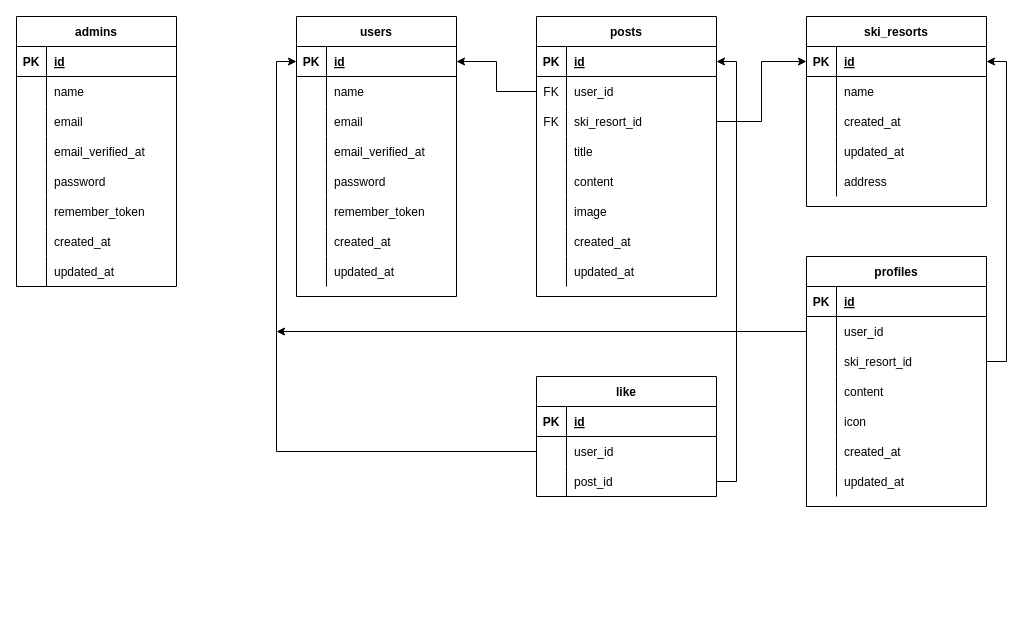
Before: yukiniwa_db.drawio in golpin/yukiniwa, a draw.io diagram. Source tidied: cells renumbered, new cells numbered last; positions are measured from the earlier drawing's top-left corner, leaving out a move shared by most shapes. Both pictures are drawn from the tidied source at 100%, with x=0, y=0 at pixel (16, 16).
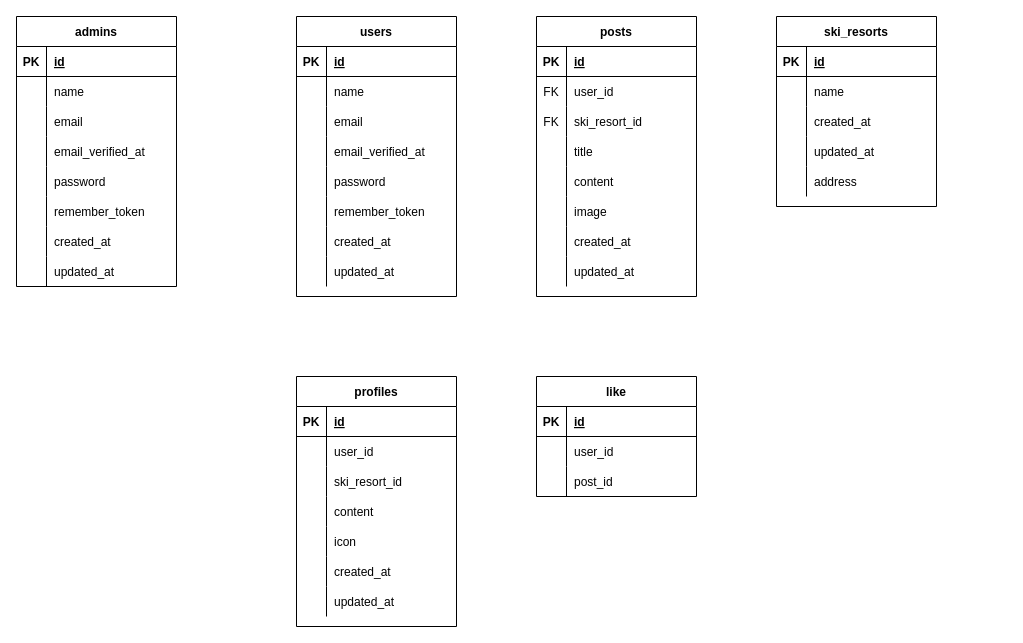
The same page after the edit.

Unchanged cells that the change refers to:
```xml
<mxCell id="3" style="shape=partialRectangle;fillColor=none;top=0;left=0;bottom=1;right=0;points=[[0,0.5],[1,0.5]];portConstraint=eastwest;" parent="2" vertex="1">
  <mxGeometry y="30" width="160" height="30" as="geometry" />
</mxCell>
```

The edit, as a diff of the source:
```diff
@@
     <mxCell id="52" value="posts" style="shape=table;startSize=30;childLayout=tableLayout;rowLines=0;fontStyle=1;align=center;rounded=0;sketch=0;" parent="1" vertex="1">
-      <mxGeometry x="520" width="180" height="280" as="geometry" />
+      <mxGeometry x="520" width="160" height="280" as="geometry" />
     </mxCell>
     <mxCell id="53" style="shape=partialRectangle;fillColor=none;top=0;left=0;bottom=1;right=0;points=[[0,0.5],[1,0.5]];portConstraint=eastwest;" parent="52" vertex="1">
-      <mxGeometry y="30" width="180" height="30" as="geometry" />
+      <mxGeometry y="30" width="160" height="30" as="geometry" />
     </mxCell>
@@
     <mxCell id="55" value="id" style="shape=partialRectangle;fillColor=none;top=0;left=0;bottom=0;right=0;align=left;spacingLeft=6;fontStyle=5;overflow=hidden;" parent="53" vertex="1">
-      <mxGeometry x="30" width="150" height="30" as="geometry" />
+      <mxGeometry x="30" width="130" height="30" as="geometry" />
     </mxCell>
     <mxCell id="56" style="shape=partialRectangle;fillColor=none;top=0;left=0;bottom=0;right=0;points=[[0,0.5],[1,0.5]];portConstraint=eastwest;" parent="52" vertex="1">
-      <mxGeometry y="60" width="180" height="30" as="geometry" />
+      <mxGeometry y="60" width="160" height="30" as="geometry" />
     </mxCell>
@@
     <mxCell id="58" value="user_id" style="shape=partialRectangle;fillColor=none;top=0;left=0;bottom=0;right=0;align=left;spacingLeft=6;overflow=hidden;" parent="56" vertex="1">
-      <mxGeometry x="30" width="150" height="30" as="geometry" />
+      <mxGeometry x="30" width="130" height="30" as="geometry" />
     </mxCell>
     <mxCell id="59" style="shape=partialRectangle;fillColor=none;top=0;left=0;bottom=0;right=0;points=[[0,0.5],[1,0.5]];portConstraint=eastwest;" parent="52" vertex="1">
-      <mxGeometry y="90" width="180" height="30" as="geometry" />
+      <mxGeometry y="90" width="160" height="30" as="geometry" />
     </mxCell>
@@
     <mxCell id="61" value="ski_resort_id" style="shape=partialRectangle;fillColor=none;top=0;left=0;bottom=0;right=0;align=left;spacingLeft=6;overflow=hidden;" parent="59" vertex="1">
-      <mxGeometry x="30" width="150" height="30" as="geometry" />
+      <mxGeometry x="30" width="130" height="30" as="geometry" />
     </mxCell>
     <mxCell id="62" style="shape=partialRectangle;fillColor=none;top=0;left=0;bottom=0;right=0;" parent="52" vertex="1">
-      <mxGeometry y="120" width="180" height="30" as="geometry" />
+      <mxGeometry y="120" width="160" height="30" as="geometry" />
     </mxCell>
@@
     <mxCell id="64" value="title" style="shape=partialRectangle;fillColor=none;top=0;left=0;bottom=0;right=0;align=left;spacingLeft=6;overflow=hidden;" parent="62" vertex="1">
-      <mxGeometry x="30" width="150" height="30" as="geometry" />
+      <mxGeometry x="30" width="130" height="30" as="geometry" />
     </mxCell>
     <mxCell id="65" style="shape=partialRectangle;fillColor=none;top=0;left=0;bottom=0;right=0;" parent="52" vertex="1">
-      <mxGeometry y="150" width="180" height="30" as="geometry" />
+      <mxGeometry y="150" width="160" height="30" as="geometry" />
     </mxCell>
@@
     <mxCell id="67" value="content" style="shape=partialRectangle;fillColor=none;top=0;left=0;bottom=0;right=0;align=left;spacingLeft=6;overflow=hidden;" parent="65" vertex="1">
-      <mxGeometry x="30" width="150" height="30" as="geometry" />
+      <mxGeometry x="30" width="130" height="30" as="geometry" />
     </mxCell>
     <mxCell id="68" style="shape=partialRectangle;fillColor=none;top=0;left=0;bottom=0;right=0;" parent="52" vertex="1">
-      <mxGeometry y="180" width="180" height="30" as="geometry" />
+      <mxGeometry y="180" width="160" height="30" as="geometry" />
     </mxCell>
@@
     <mxCell id="70" value="image" style="shape=partialRectangle;fillColor=none;top=0;left=0;bottom=0;right=0;align=left;spacingLeft=6;overflow=hidden;" parent="68" vertex="1">
-      <mxGeometry x="30" width="150" height="30" as="geometry" />
+      <mxGeometry x="30" width="130" height="30" as="geometry" />
     </mxCell>
     <mxCell id="71" style="shape=partialRectangle;fillColor=none;top=0;left=0;bottom=0;right=0;" parent="52" vertex="1">
-      <mxGeometry y="210" width="180" height="30" as="geometry" />
+      <mxGeometry y="210" width="160" height="30" as="geometry" />
     </mxCell>
@@
     <mxCell id="73" value="created_at" style="shape=partialRectangle;fillColor=none;top=0;left=0;bottom=0;right=0;align=left;spacingLeft=6;overflow=hidden;" parent="71" vertex="1">
-      <mxGeometry x="30" width="150" height="30" as="geometry" />
+      <mxGeometry x="30" width="130" height="30" as="geometry" />
     </mxCell>
     <mxCell id="74" style="shape=partialRectangle;fillColor=none;top=0;left=0;bottom=0;right=0;" parent="52" vertex="1">
-      <mxGeometry y="240" width="180" height="30" as="geometry" />
+      <mxGeometry y="240" width="160" height="30" as="geometry" />
     </mxCell>
@@
     <mxCell id="76" value="updated_at" style="shape=partialRectangle;fillColor=none;top=0;left=0;bottom=0;right=0;align=left;spacingLeft=6;overflow=hidden;" parent="74" vertex="1">
-      <mxGeometry x="30" width="150" height="30" as="geometry" />
+      <mxGeometry x="30" width="130" height="30" as="geometry" />
     </mxCell>
     <mxCell id="77" value="ski_resorts" style="shape=table;startSize=30;childLayout=tableLayout;rowLines=0;fontStyle=1;align=center;rounded=0;sketch=0;" parent="1" vertex="1">
-      <mxGeometry x="790" width="180" height="190" as="geometry" />
+      <mxGeometry x="760" width="160" height="190" as="geometry" />
     </mxCell>
     <mxCell id="78" style="shape=partialRectangle;fillColor=none;top=0;left=0;bottom=1;right=0;points=[[0,0.5],[1,0.5]];portConstraint=eastwest;" parent="77" vertex="1">
-      <mxGeometry y="30" width="180" height="30" as="geometry" />
+      <mxGeometry y="30" width="160" height="30" as="geometry" />
     </mxCell>
@@
     <mxCell id="80" value="id" style="shape=partialRectangle;fillColor=none;top=0;left=0;bottom=0;right=0;align=left;spacingLeft=6;fontStyle=5;overflow=hidden;" parent="78" vertex="1">
-      <mxGeometry x="30" width="150" height="30" as="geometry" />
+      <mxGeometry x="30" width="130" height="30" as="geometry" />
     </mxCell>
     <mxCell id="81" style="shape=partialRectangle;fillColor=none;top=0;left=0;bottom=0;right=0;" parent="77" vertex="1">
-      <mxGeometry y="60" width="180" height="30" as="geometry" />
+      <mxGeometry y="60" width="160" height="30" as="geometry" />
     </mxCell>
@@
     <mxCell id="83" value="name" style="shape=partialRectangle;fillColor=none;top=0;left=0;bottom=0;right=0;align=left;spacingLeft=6;overflow=hidden;" parent="81" vertex="1">
-      <mxGeometry x="30" width="150" height="30" as="geometry" />
+      <mxGeometry x="30" width="130" height="30" as="geometry" />
     </mxCell>
     <mxCell id="84" style="shape=partialRectangle;fillColor=none;top=0;left=0;bottom=0;right=0;" parent="77" vertex="1">
-      <mxGeometry y="90" width="180" height="30" as="geometry" />
+      <mxGeometry y="90" width="160" height="30" as="geometry" />
     </mxCell>
@@
     <mxCell id="86" value="created_at" style="shape=partialRectangle;fillColor=none;top=0;left=0;bottom=0;right=0;align=left;spacingLeft=6;overflow=hidden;" parent="84" vertex="1">
-      <mxGeometry x="30" width="150" height="30" as="geometry" />
+      <mxGeometry x="30" width="130" height="30" as="geometry" />
     </mxCell>
     <mxCell id="87" style="shape=partialRectangle;fillColor=none;top=0;left=0;bottom=0;right=0;" parent="77" vertex="1">
-      <mxGeometry y="120" width="180" height="30" as="geometry" />
+      <mxGeometry y="120" width="160" height="30" as="geometry" />
     </mxCell>
@@
     <mxCell id="89" value="updated_at" style="shape=partialRectangle;fillColor=none;top=0;left=0;bottom=0;right=0;align=left;spacingLeft=6;overflow=hidden;" parent="87" vertex="1">
-      <mxGeometry x="30" width="150" height="30" as="geometry" />
+      <mxGeometry x="30" width="130" height="30" as="geometry" />
     </mxCell>
     <mxCell id="90" style="shape=partialRectangle;fillColor=none;top=0;left=0;bottom=0;right=0;" parent="77" vertex="1">
-      <mxGeometry y="150" width="180" height="30" as="geometry" />
+      <mxGeometry y="150" width="160" height="30" as="geometry" />
     </mxCell>
@@
     <mxCell id="92" value="address" style="shape=partialRectangle;fillColor=none;top=0;left=0;bottom=0;right=0;align=left;spacingLeft=6;overflow=hidden;" parent="90" vertex="1">
-      <mxGeometry x="30" width="150" height="30" as="geometry" />
+      <mxGeometry x="30" width="130" height="30" as="geometry" />
     </mxCell>
     <mxCell id="93" value="like" style="shape=table;startSize=30;childLayout=tableLayout;rowLines=0;fontStyle=1;align=center;" parent="1" vertex="1">
-      <mxGeometry x="520" y="360" width="180" height="120" as="geometry" />
+      <mxGeometry x="520" y="360" width="160" height="120" as="geometry" />
     </mxCell>
     <mxCell id="94" style="shape=partialRectangle;fillColor=none;top=0;left=0;bottom=1;right=0;" parent="93" vertex="1">
-      <mxGeometry y="30" width="180" height="30" as="geometry" />
+      <mxGeometry y="30" width="160" height="30" as="geometry" />
     </mxCell>
@@
     <mxCell id="96" value="id" style="shape=partialRectangle;fillColor=none;top=0;left=0;bottom=0;right=0;align=left;spacingLeft=6;fontStyle=5;overflow=hidden;" parent="94" vertex="1">
-      <mxGeometry x="30" width="150" height="30" as="geometry" />
+      <mxGeometry x="30" width="130" height="30" as="geometry" />
     </mxCell>
     <mxCell id="97" style="shape=partialRectangle;fillColor=none;top=0;left=0;bottom=0;right=0;points=[[0,0.5],[1,0.5]];portConstraint=eastwest;" parent="93" vertex="1">
-      <mxGeometry y="60" width="180" height="30" as="geometry" />
+      <mxGeometry y="60" width="160" height="30" as="geometry" />
     </mxCell>
@@
     <mxCell id="99" value="user_id" style="shape=partialRectangle;fillColor=none;top=0;left=0;bottom=0;right=0;align=left;spacingLeft=6;overflow=hidden;" parent="97" vertex="1">
-      <mxGeometry x="30" width="150" height="30" as="geometry" />
+      <mxGeometry x="30" width="130" height="30" as="geometry" />
     </mxCell>
     <mxCell id="100" style="shape=partialRectangle;fillColor=none;top=0;left=0;bottom=0;right=0;points=[[0,0.5],[1,0.5]];portConstraint=eastwest;" parent="93" vertex="1">
-      <mxGeometry y="90" width="180" height="30" as="geometry" />
+      <mxGeometry y="90" width="160" height="30" as="geometry" />
     </mxCell>
@@
     <mxCell id="102" value="post_id" style="shape=partialRectangle;fillColor=none;top=0;left=0;bottom=0;right=0;align=left;spacingLeft=6;overflow=hidden;" parent="100" vertex="1">
-      <mxGeometry x="30" width="150" height="30" as="geometry" />
+      <mxGeometry x="30" width="130" height="30" as="geometry" />
     </mxCell>
     <mxCell id="103" value="profiles" style="shape=table;startSize=30;childLayout=tableLayout;rowLines=0;fontStyle=1;align=center;" parent="1" vertex="1">
-      <mxGeometry x="790" y="240" width="180" height="250" as="geometry" />
+      <mxGeometry x="280" y="360" width="160" height="250" as="geometry" />
     </mxCell>
     <mxCell id="104" style="shape=partialRectangle;fillColor=none;top=0;left=0;bottom=1;right=0;" parent="103" vertex="1">
-      <mxGeometry y="30" width="180" height="30" as="geometry" />
+      <mxGeometry y="30" width="160" height="30" as="geometry" />
     </mxCell>
@@
     <mxCell id="106" value="id" style="shape=partialRectangle;fillColor=none;top=0;left=0;bottom=0;right=0;align=left;spacingLeft=6;fontStyle=5;overflow=hidden;" parent="104" vertex="1">
-      <mxGeometry x="30" width="150" height="30" as="geometry" />
+      <mxGeometry x="30" width="130" height="30" as="geometry" />
     </mxCell>
     <mxCell id="107" style="shape=partialRectangle;fillColor=none;top=0;left=0;bottom=0;right=0;points=[[0,0.5],[1,0.5]];portConstraint=eastwest;" parent="103" vertex="1">
-      <mxGeometry y="60" width="180" height="30" as="geometry" />
+      <mxGeometry y="60" width="160" height="30" as="geometry" />
     </mxCell>
@@
     <mxCell id="109" value="user_id" style="shape=partialRectangle;fillColor=none;top=0;left=0;bottom=0;right=0;align=left;spacingLeft=6;overflow=hidden;" parent="107" vertex="1">
-      <mxGeometry x="30" width="150" height="30" as="geometry" />
+      <mxGeometry x="30" width="130" height="30" as="geometry" />
     </mxCell>
     <mxCell id="110" style="shape=partialRectangle;fillColor=none;top=0;left=0;bottom=0;right=0;points=[[0,0.5],[1,0.5]];portConstraint=eastwest;" parent="103" vertex="1">
-      <mxGeometry y="90" width="180" height="30" as="geometry" />
+      <mxGeometry y="90" width="160" height="30" as="geometry" />
     </mxCell>
@@
     <mxCell id="112" value="ski_resort_id" style="shape=partialRectangle;fillColor=none;top=0;left=0;bottom=0;right=0;align=left;spacingLeft=6;overflow=hidden;" parent="110" vertex="1">
-      <mxGeometry x="30" width="150" height="30" as="geometry" />
+      <mxGeometry x="30" width="130" height="30" as="geometry" />
     </mxCell>
     <mxCell id="113" style="shape=partialRectangle;fillColor=none;top=0;left=0;bottom=0;right=0;" parent="103" vertex="1">
-      <mxGeometry y="120" width="180" height="30" as="geometry" />
+      <mxGeometry y="120" width="160" height="30" as="geometry" />
     </mxCell>
@@
     <mxCell id="115" value="content" style="shape=partialRectangle;fillColor=none;top=0;left=0;bottom=0;right=0;align=left;spacingLeft=6;overflow=hidden;" parent="113" vertex="1">
-      <mxGeometry x="30" width="150" height="30" as="geometry" />
+      <mxGeometry x="30" width="130" height="30" as="geometry" />
     </mxCell>
     <mxCell id="116" style="shape=partialRectangle;fillColor=none;top=0;left=0;bottom=0;right=0;" parent="103" vertex="1">
-      <mxGeometry y="150" width="180" height="30" as="geometry" />
+      <mxGeometry y="150" width="160" height="30" as="geometry" />
     </mxCell>
@@
     <mxCell id="118" value="icon" style="shape=partialRectangle;fillColor=none;top=0;left=0;bottom=0;right=0;align=left;spacingLeft=6;overflow=hidden;" parent="116" vertex="1">
-      <mxGeometry x="30" width="150" height="30" as="geometry" />
+      <mxGeometry x="30" width="130" height="30" as="geometry" />
     </mxCell>
     <mxCell id="119" style="shape=partialRectangle;fillColor=none;top=0;left=0;bottom=0;right=0;" parent="103" vertex="1">
-      <mxGeometry y="180" width="180" height="30" as="geometry" />
+      <mxGeometry y="180" width="160" height="30" as="geometry" />
     </mxCell>
@@
     <mxCell id="121" value="created_at" style="shape=partialRectangle;fillColor=none;top=0;left=0;bottom=0;right=0;align=left;spacingLeft=6;overflow=hidden;" parent="119" vertex="1">
-      <mxGeometry x="30" width="150" height="30" as="geometry" />
+      <mxGeometry x="30" width="130" height="30" as="geometry" />
     </mxCell>
     <mxCell id="122" style="shape=partialRectangle;fillColor=none;top=0;left=0;bottom=0;right=0;" parent="103" vertex="1">
-      <mxGeometry y="210" width="180" height="30" as="geometry" />
+      <mxGeometry y="210" width="160" height="30" as="geometry" />
     </mxCell>
@@
     <mxCell id="124" value="updated_at" style="shape=partialRectangle;fillColor=none;top=0;left=0;bottom=0;right=0;align=left;spacingLeft=6;overflow=hidden;" parent="122" vertex="1">
-      <mxGeometry x="30" width="150" height="30" as="geometry" />
+      <mxGeometry x="30" width="130" height="30" as="geometry" />
     </mxCell>
-    <mxCell id="125" style="edgeStyle=orthogonalEdgeStyle;rounded=0;jettySize=auto;html=1;exitX=1;exitY=0.5;exitDx=0;exitDy=0;" parent="1" edge="1" source="59" target="78">
-      <mxGeometry relative="1" as="geometry" />
-    </mxCell>
-    <mxCell id="126" style="edgeStyle=orthogonalEdgeStyle;rounded=0;jettySize=auto;html=1;exitX=0;exitY=0.5;exitDx=0;exitDy=0;entryX=1;entryY=0.5;entryDx=0;entryDy=0;" parent="1" edge="1" source="56" target="3">
-      <mxGeometry relative="1" as="geometry" />
-    </mxCell>
-    <mxCell id="127" style="edgeStyle=orthogonalEdgeStyle;rounded=0;jettySize=auto;html=1;exitX=0;exitY=0.5;exitDx=0;exitDy=0;" parent="1" edge="1" source="107">
-      <mxGeometry relative="1" as="geometry">
-        <mxPoint x="260" y="315" as="targetPoint" />
-      </mxGeometry>
-    </mxCell>
-    <mxCell id="128" style="edgeStyle=orthogonalEdgeStyle;rounded=0;jettySize=auto;html=1;exitX=1;exitY=0.5;exitDx=0;exitDy=0;" parent="1" edge="1" source="110" target="78">
-      <mxGeometry relative="1" as="geometry" />
-    </mxCell>
-    <mxCell id="129" style="edgeStyle=orthogonalEdgeStyle;rounded=0;jettySize=auto;html=1;exitX=0;exitY=0.5;exitDx=0;exitDy=0;entryX=0;entryY=0.5;entryDx=0;entryDy=0;" parent="1" edge="1" source="97" target="3">
-      <mxGeometry relative="1" as="geometry" />
-    </mxCell>
-    <mxCell id="130" style="edgeStyle=orthogonalEdgeStyle;rounded=0;jettySize=auto;html=1;exitX=1;exitY=0.5;exitDx=0;exitDy=0;" parent="1" edge="1" source="100" target="53">
-      <mxGeometry relative="1" as="geometry" />
-    </mxCell>
```
